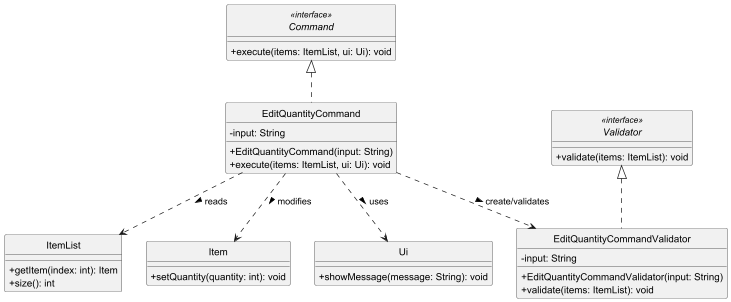
Before: docs/diagrams/EditQuantityCommandClassDiagram.png, a diagram exported from PlantUML (adbsw/tp).
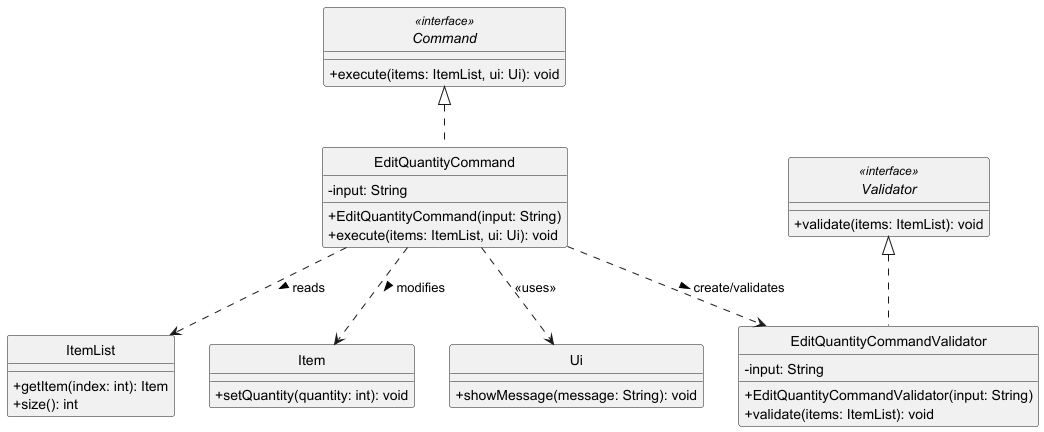
The same diagram one commit later.

Diff of the diagram source:
```diff
@@ -42,6 +42,6 @@
 EditQuantityCommand ..> EditQuantityCommandValidator : create/validates >
 EditQuantityCommand ..> ItemList : reads >
 EditQuantityCommand ..> Item : modifies >
-EditQuantityCommand ..> Ui : uses >
+EditQuantityCommand ..> Ui : <<uses>>
 
 @enduml
```
